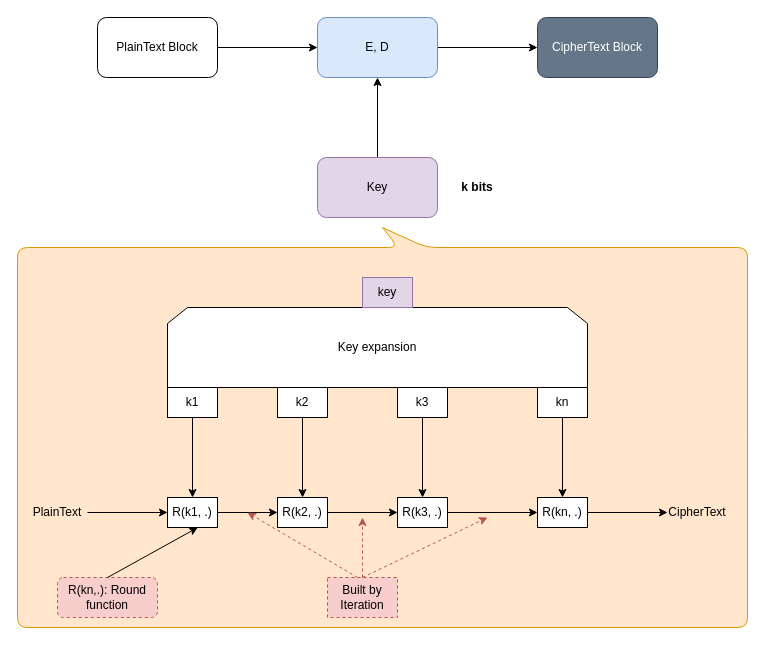
The draw.io diagram BlockCiphers.drawio in da0p/diagram-notes, before the edit. Source tidied: cells renumbered, new cells numbered last; positions are measured from the earlier drawing's top-left corner, leaving out a move shared by most shapes. Both pictures are drawn from the tidied source at 100%, with x=0, y=0 at pixel (17, 17).
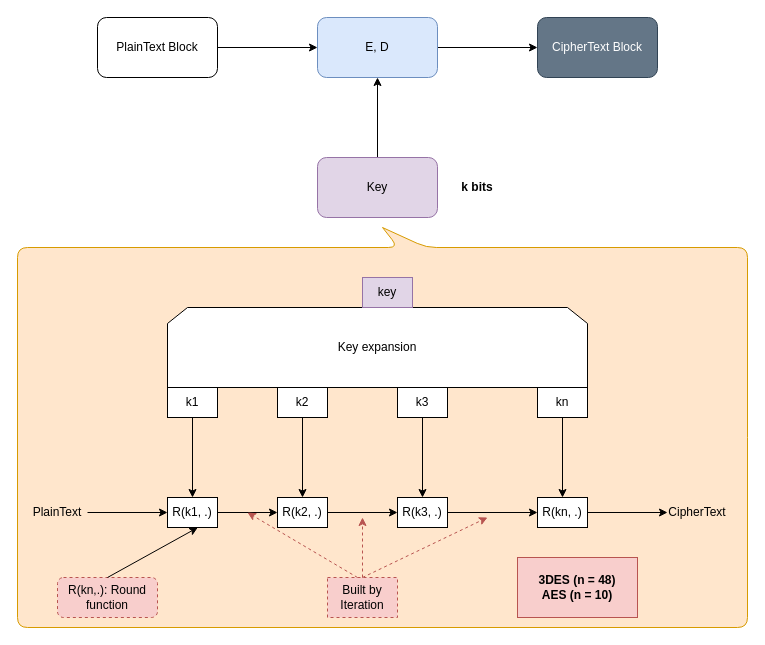
The same diagram, later.

Diff of the diagram source:
```diff
@@
+    <mxCell id="38" value="&lt;div&gt;&lt;b&gt;3DES (n = 48)&lt;/b&gt;&lt;/div&gt;&lt;div&gt;&lt;b&gt;AES (n = 10)&lt;br&gt;&lt;/b&gt;&lt;/div&gt;" style="rounded=0;whiteSpace=wrap;html=1;fillColor=#f8cecc;strokeColor=#b85450;" parent="1" vertex="1">
+      <mxGeometry x="500" y="540" width="120" height="60" as="geometry" />
+    </mxCell>
```
